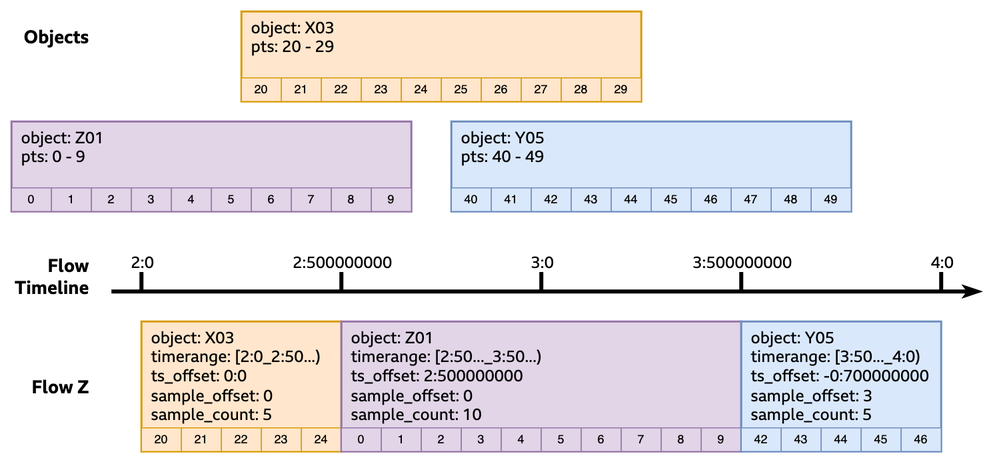
This is docs/images/Flow and Media Timelines-Flow XYZ-subsegments.drawio.png from bbc/tams, a draw.io export, as it was before one commit. Source tidied: cells renumbered, new cells last; positions are measured from the earlier drawing's top-left corner, leaving out a move shared by most shapes.
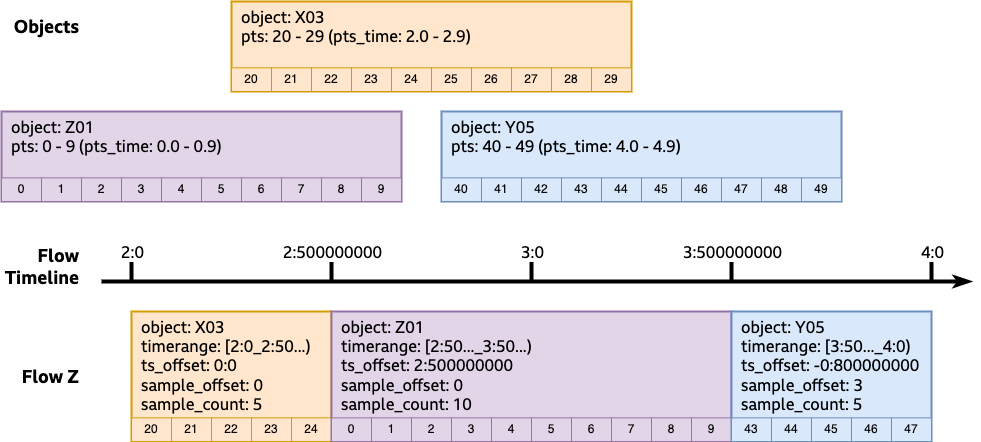
The same diagram one commit later.

Commit message:
Fix incorrect object Y05 timing

Fixes a snag in object Y05 that the wrong samples are shown (and
`ts_offset` is corresponding off-by-one)

Diff of the diagram source:
```diff
@@ -58,7 +58,7 @@
     <mxCell id="12" style="group;fillColor=#e1d5e7;strokeColor=#9673a6;" parent="1" vertex="1">
       <mxGeometry y="110" width="400" height="90" as="geometry" />
     </mxCell>
-    <mxCell id="13" value="object: Z01&lt;br&gt;pts: 0 - 9&amp;nbsp;" style="rounded=0;whiteSpace=wrap;html=1;strokeWidth=2;fontFamily=BBC Reith Sans;fontSize=16;verticalAlign=top;align=left;spacingLeft=8;fillColor=#e1d5e7;strokeColor=#9673a6;" parent="12" vertex="1">
+    <mxCell id="13" value="object: Z01&lt;br&gt;pts: 0 - 9 (pts_time: 0.0 - 0.9)" style="rounded=0;whiteSpace=wrap;html=1;strokeWidth=2;fontFamily=BBC Reith Sans;fontSize=16;verticalAlign=top;align=left;spacingLeft=8;fillColor=#e1d5e7;strokeColor=#9673a6;" parent="12" vertex="1">
       <mxGeometry width="400" height="90" as="geometry" />
     </mxCell>
     <mxCell id="14" value="0" style="rounded=0;whiteSpace=wrap;html=1;fillColor=#e1d5e7;strokeColor=#9673a6;fillStyle=solid;" parent="12" vertex="1">
@@ -94,7 +94,7 @@
     <mxCell id="24" style="group;" parent="1" vertex="1">
       <mxGeometry x="440" y="110" width="400" height="90" as="geometry" />
     </mxCell>
-    <mxCell id="25" value="object: Y05&lt;br&gt;pts: 40 - 49&amp;nbsp;" style="rounded=0;whiteSpace=wrap;html=1;strokeWidth=2;fontFamily=BBC Reith Sans;fontSize=16;verticalAlign=top;align=left;spacingLeft=8;fillColor=#dae8fc;strokeColor=#6c8ebf;" parent="24" vertex="1">
+    <mxCell id="25" value="object: Y05&lt;br&gt;pts: 40 - 49 (pts_time: 4.0 - 4.9)" style="rounded=0;whiteSpace=wrap;html=1;strokeWidth=2;fontFamily=BBC Reith Sans;fontSize=16;verticalAlign=top;align=left;spacingLeft=8;fillColor=#dae8fc;strokeColor=#6c8ebf;" parent="24" vertex="1">
       <mxGeometry width="400" height="90" as="geometry" />
     </mxCell>
     <mxCell id="26" value="40" style="rounded=0;whiteSpace=wrap;html=1;fillColor=#dae8fc;strokeColor=#6c8ebf;fillStyle=solid;" parent="24" vertex="1">
@@ -207,22 +207,22 @@
     <mxCell id="60" style="group;fillColor=#dae8fc;strokeColor=#6c8ebf;" parent="1" vertex="1">
       <mxGeometry x="730" y="310" width="200" height="130" as="geometry" />
     </mxCell>
-    <mxCell id="61" value="object: Y05&lt;br style=&quot;border-color: var(--border-color);&quot;&gt;timerange: [3:50..._4:0)&lt;br style=&quot;border-color: var(--border-color);&quot;&gt;ts_offset: -0:700000000&lt;br style=&quot;border-color: var(--border-color);&quot;&gt;sample_offset: 3&lt;br style=&quot;border-color: var(--border-color);&quot;&gt;sample_count: 5" style="rounded=0;whiteSpace=wrap;html=1;strokeWidth=2;fontFamily=BBC Reith Sans;fontSize=16;verticalAlign=top;align=left;spacingLeft=8;fillColor=#dae8fc;strokeColor=#6c8ebf;" parent="60" vertex="1">
+    <mxCell id="61" value="object: Y05&lt;br style=&quot;border-color: var(--border-color);&quot;&gt;timerange: [3:50..._4:0)&lt;br style=&quot;border-color: var(--border-color);&quot;&gt;ts_offset: -0:800000000&lt;br style=&quot;border-color: var(--border-color);&quot;&gt;sample_offset: 3&lt;br style=&quot;border-color: var(--border-color);&quot;&gt;sample_count: 5" style="rounded=0;whiteSpace=wrap;html=1;strokeWidth=2;fontFamily=BBC Reith Sans;fontSize=16;verticalAlign=top;align=left;spacingLeft=8;fillColor=#dae8fc;strokeColor=#6c8ebf;" parent="60" vertex="1">
       <mxGeometry width="200" height="130" as="geometry" />
     </mxCell>
-    <mxCell id="62" value="42" style="rounded=0;whiteSpace=wrap;html=1;fillColor=#dae8fc;strokeColor=#6c8ebf;fillStyle=solid;" parent="60" vertex="1">
+    <mxCell id="62" value="43" style="rounded=0;whiteSpace=wrap;html=1;fillColor=#dae8fc;strokeColor=#6c8ebf;fillStyle=solid;" parent="60" vertex="1">
       <mxGeometry y="106.4" width="40" height="23.6" as="geometry" />
     </mxCell>
-    <mxCell id="63" value="43" style="rounded=0;whiteSpace=wrap;html=1;fillColor=#dae8fc;strokeColor=#6c8ebf;fillStyle=solid;" parent="60" vertex="1">
+    <mxCell id="63" value="44" style="rounded=0;whiteSpace=wrap;html=1;fillColor=#dae8fc;strokeColor=#6c8ebf;fillStyle=solid;" parent="60" vertex="1">
       <mxGeometry x="40" y="106.4" width="40" height="23.6" as="geometry" />
     </mxCell>
-    <mxCell id="64" value="44" style="rounded=0;whiteSpace=wrap;html=1;fillColor=#dae8fc;strokeColor=#6c8ebf;fillStyle=solid;" parent="60" vertex="1">
+    <mxCell id="64" value="45" style="rounded=0;whiteSpace=wrap;html=1;fillColor=#dae8fc;strokeColor=#6c8ebf;fillStyle=solid;" parent="60" vertex="1">
       <mxGeometry x="80" y="106.4" width="40" height="23.6" as="geometry" />
     </mxCell>
-    <mxCell id="65" value="45" style="rounded=0;whiteSpace=wrap;html=1;fillColor=#dae8fc;strokeColor=#6c8ebf;" parent="60" vertex="1">
+    <mxCell id="65" value="46" style="rounded=0;whiteSpace=wrap;html=1;fillColor=#dae8fc;strokeColor=#6c8ebf;" parent="60" vertex="1">
       <mxGeometry x="120" y="106.4" width="40" height="23.6" as="geometry" />
     </mxCell>
-    <mxCell id="66" value="46" style="rounded=0;whiteSpace=wrap;html=1;fillColor=#dae8fc;strokeColor=#6c8ebf;" parent="60" vertex="1">
+    <mxCell id="66" value="47" style="rounded=0;whiteSpace=wrap;html=1;fillColor=#dae8fc;strokeColor=#6c8ebf;" parent="60" vertex="1">
       <mxGeometry x="160" y="106.4" width="40" height="23.6" as="geometry" />
     </mxCell>
     <mxCell id="67" style="group;" parent="1" vertex="1">
@@ -231,7 +231,7 @@
     <mxCell id="68" style="group;fillColor=#ffe6cc;strokeColor=#d79b00;" parent="67" vertex="1">
       <mxGeometry width="400" height="90" as="geometry" />
     </mxCell>
-    <mxCell id="69" value="object: X03&lt;br&gt;pts: 20 - 29&amp;nbsp;" style="rounded=0;whiteSpace=wrap;html=1;strokeWidth=2;fontFamily=BBC Reith Sans;fontSize=16;verticalAlign=top;align=left;spacingLeft=8;fillColor=#ffe6cc;strokeColor=#d79b00;" parent="67" vertex="1">
+    <mxCell id="69" value="object: X03&lt;br&gt;pts: 20 - 29 (pts_time: 2.0 - 2.9)&amp;nbsp;" style="rounded=0;whiteSpace=wrap;html=1;strokeWidth=2;fontFamily=BBC Reith Sans;fontSize=16;verticalAlign=top;align=left;spacingLeft=8;fillColor=#ffe6cc;strokeColor=#d79b00;" parent="67" vertex="1">
       <mxGeometry width="400" height="90" as="geometry" />
     </mxCell>
     <mxCell id="70" value="20" style="rounded=0;whiteSpace=wrap;html=1;fillColor=#ffe6cc;strokeColor=#d79b00;fillStyle=solid;" parent="67" vertex="1">
```
